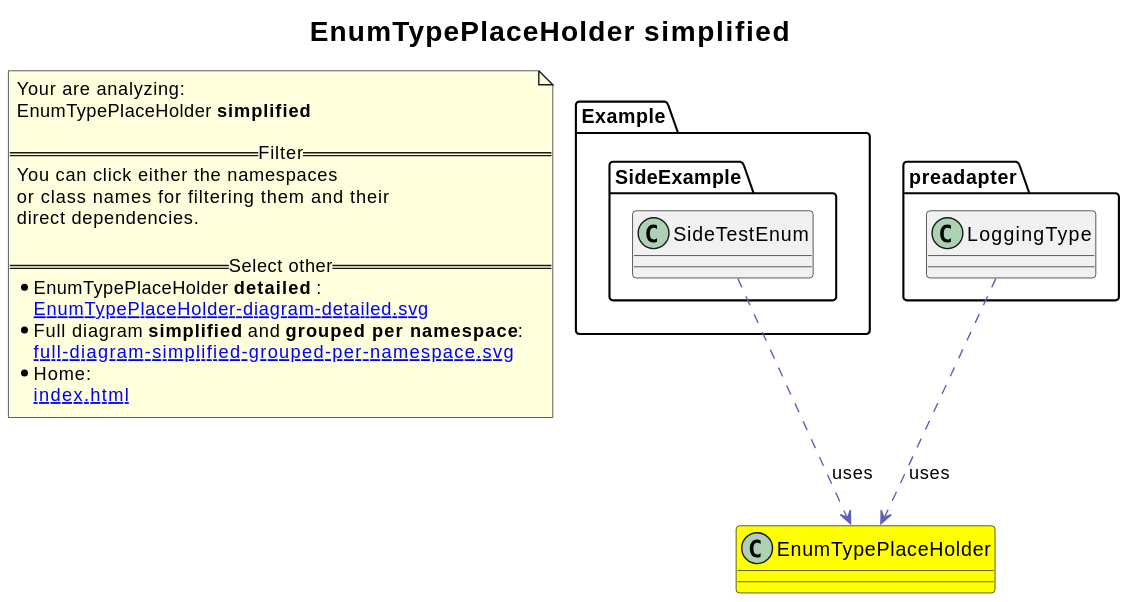
2BlackCoffees/revenger keeps this PlantUML diagram as revenger-java-adapter.out/EnumTypePlaceHolder-diagram-simplified.svg. Above is the earlier version. Its diagram source:
```plantuml
@startuml
title <size:20>EnumTypePlaceHolder **simplified** </size>
note "Your are analyzing:\nEnumTypePlaceHolder **simplified** \n\n==Filter==\nYou can click either the namespaces \nor class names for filtering them and their\ndirect dependencies.\n\n==Select other==\n* EnumTypePlaceHolder **detailed** :\n   [[EnumTypePlaceHolder-diagram-detailed.svg]]\n* Full diagram **simplified** and **grouped per namespace**:\n   [[full-diagram-simplified-grouped-per-namespace.svg]]\n* Home:\n   [[index.html]]" as FloatingNote
class EnumTypePlaceHolder [[EnumTypePlaceHolder-diagram-simplified.svg]] #yellow {
}
  class Example.SideExample.SideTestEnum [[Example.SideExample.SideTestEnum-diagram-simplified.svg]]  {
  }
class preadapter.LoggingType [[preadapter.LoggingType-diagram-simplified.svg]]  {
}
Example.SideExample.SideTestEnum .[#6060BB].> EnumTypePlaceHolder  : uses
preadapter.LoggingType .[#6060BB].> EnumTypePlaceHolder  : uses
@enduml
```
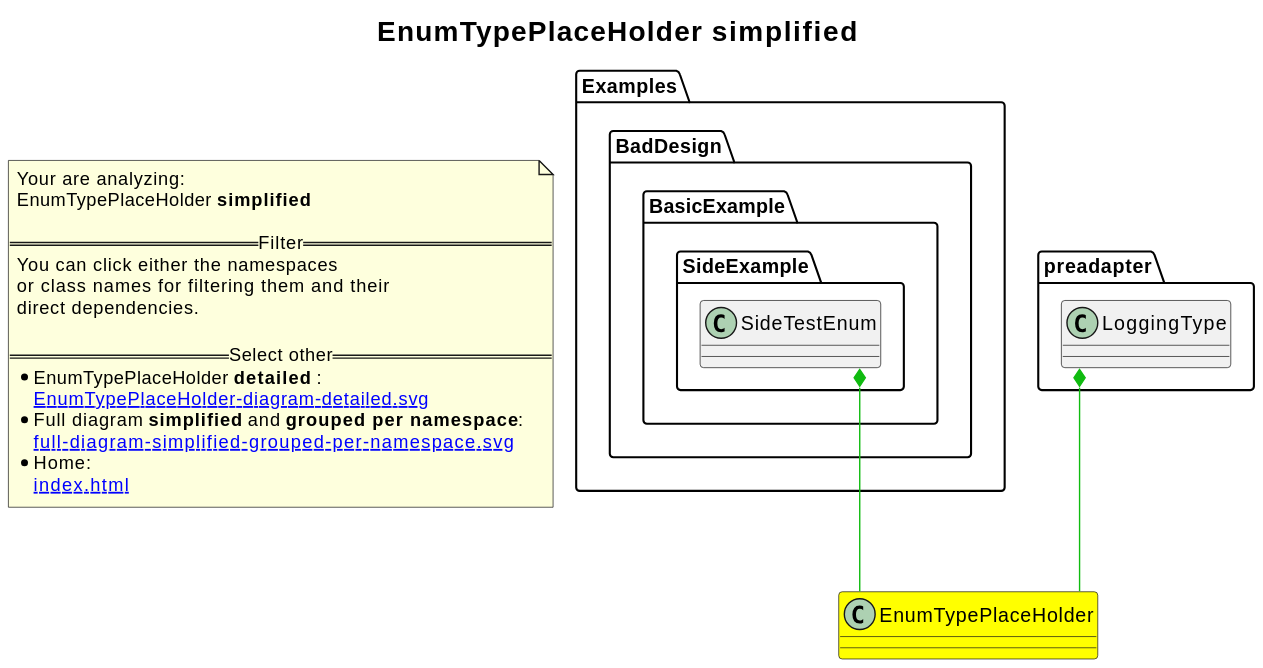
Later version of the same file.

Change to the diagram source:
```diff
@@ -1,12 +1,13 @@
 @startuml
+skinparam linetype ortho
 title <size:20>EnumTypePlaceHolder **simplified** </size>
 note "Your are analyzing:\nEnumTypePlaceHolder **simplified** \n\n==Filter==\nYou can click either the namespaces \nor class names for filtering them and their\ndirect dependencies.\n\n==Select other==\n* EnumTypePlaceHolder **detailed** :\n   [[EnumTypePlaceHolder-diagram-detailed.svg]]\n* Full diagram **simplified** and **grouped per namespace**:\n   [[full-diagram-simplified-grouped-per-namespace.svg]]\n* Home:\n   [[index.html]]" as FloatingNote
 class EnumTypePlaceHolder [[EnumTypePlaceHolder-diagram-simplified.svg]] #yellow {
 }
-  class Example.SideExample.SideTestEnum [[Example.SideExample.SideTestEnum-diagram-simplified.svg]]  {
-  }
+      class Examples.BadDesign.BasicExample.SideExample.SideTestEnum [[Examples.BadDesign.BasicExample.SideExample.SideTestEnum-diagram-simplified.svg]]  {
+      }
 class preadapter.LoggingType [[preadapter.LoggingType-diagram-simplified.svg]]  {
 }
-Example.SideExample.SideTestEnum .[#6060BB].> EnumTypePlaceHolder  : uses
-preadapter.LoggingType .[#6060BB].> EnumTypePlaceHolder  : uses
+Examples.BadDesign.BasicExample.SideExample.SideTestEnum *-[#10BB10]- EnumTypePlaceHolder
+preadapter.LoggingType *-[#10BB10]- EnumTypePlaceHolder
 @enduml
```
